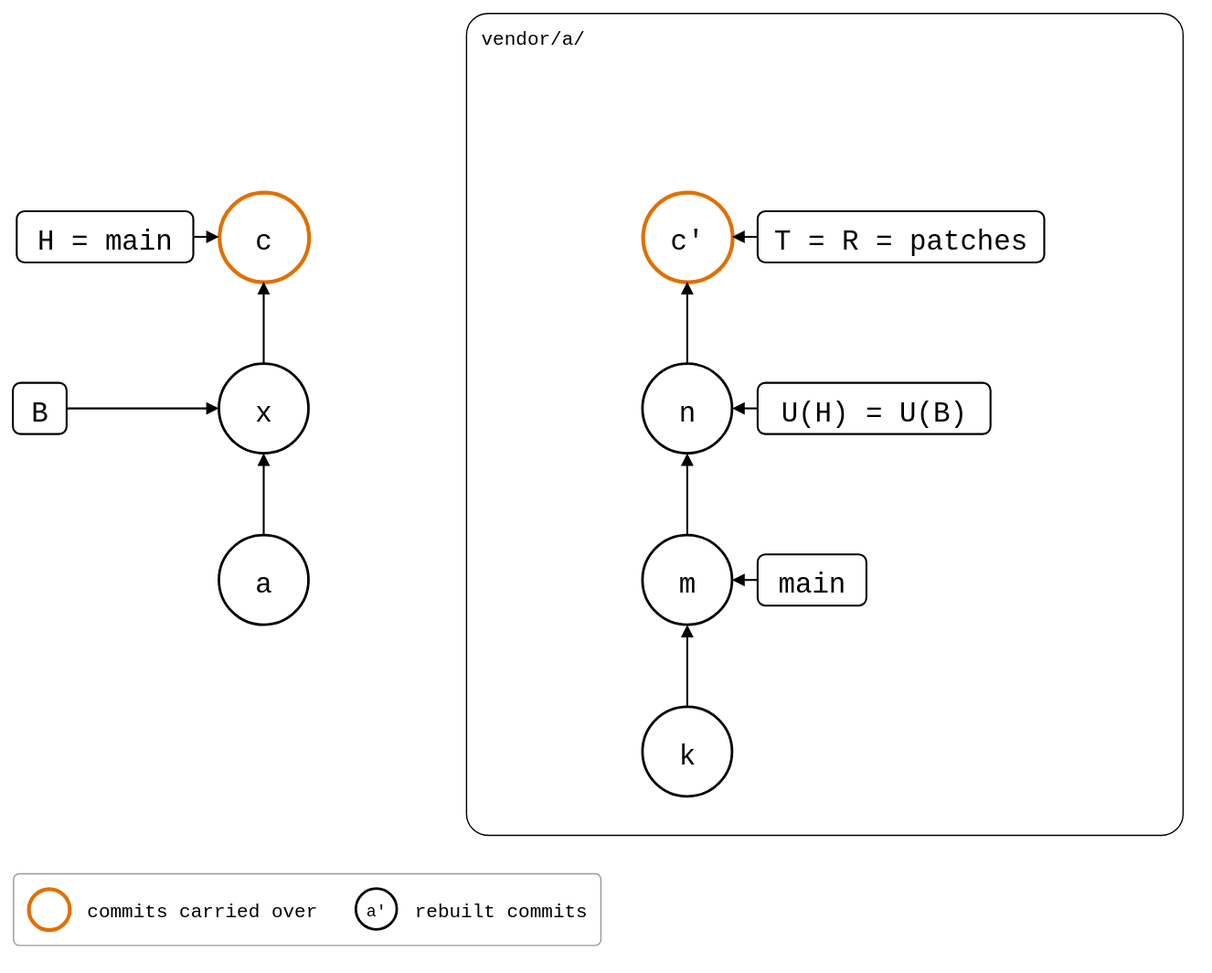
roschaefer/git-splice keeps this draw.io diagram as docs/09-scenarios/06-rewritten-history/04-patch-branch-rebased/01-unpushed-local-commit/redone-on-top.drawio.svg. Above is the earlier version. Source tidied: cells renumbered, new cells last; positions are measured from the earlier drawing's top-left corner, leaving out a move shared by most shapes.
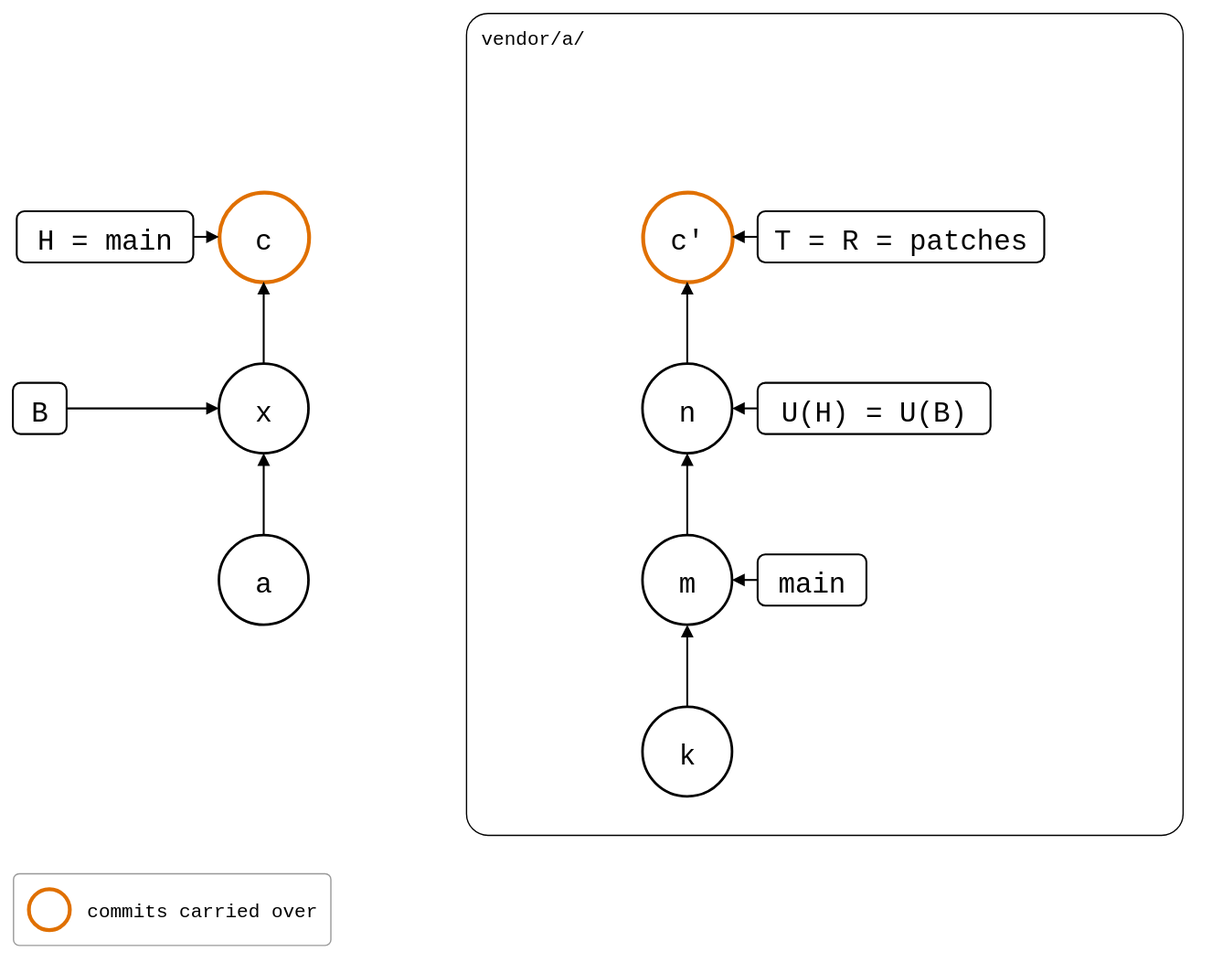
Later version of the same file.

Diff of the diagram source:
```diff
@@ -72,7 +72,7 @@
       <mxGeometry relative="1" as="geometry" />
     </mxCell>
     <mxCell id="25" style="rounded=1;arcSize=8;fillColor=none;strokeColor=#999999;strokeWidth=1;legend=1;" parent="1" vertex="1">
-      <mxGeometry y="672" width="459" height="56" as="geometry" />
+      <mxGeometry y="672" width="248" height="56" as="geometry" />
     </mxCell>
     <mxCell id="26" style="ellipse;fontSize=13;fontFamily=Roboto Mono,monospace;strokeColor=#E07000;strokeWidth=3;" parent="25" vertex="1">
       <mxGeometry x="12" y="12" width="32" height="32" as="geometry" />
@@ -80,11 +80,5 @@
     <mxCell id="27" value="commits carried over" style="text;align=left;verticalAlign=middle;fontSize=15;fontFamily=Roboto Mono,monospace;" parent="25" vertex="1">
       <mxGeometry x="56" y="12" width="180" height="32" as="geometry" />
     </mxCell>
-    <mxCell id="28" value="a'" style="ellipse;fontSize=13;fontFamily=Roboto Mono,monospace;strokeWidth=2;" parent="25" vertex="1">
-      <mxGeometry x="268" y="12" width="32" height="32" as="geometry" />
-    </mxCell>
-    <mxCell id="29" value="rebuilt commits" style="text;align=left;verticalAlign=middle;fontSize=15;fontFamily=Roboto Mono,monospace;" parent="25" vertex="1">
-      <mxGeometry x="312" y="12" width="135" height="32" as="geometry" />
-    </mxCell>
   </root>
 </mxGraphModel>
```
